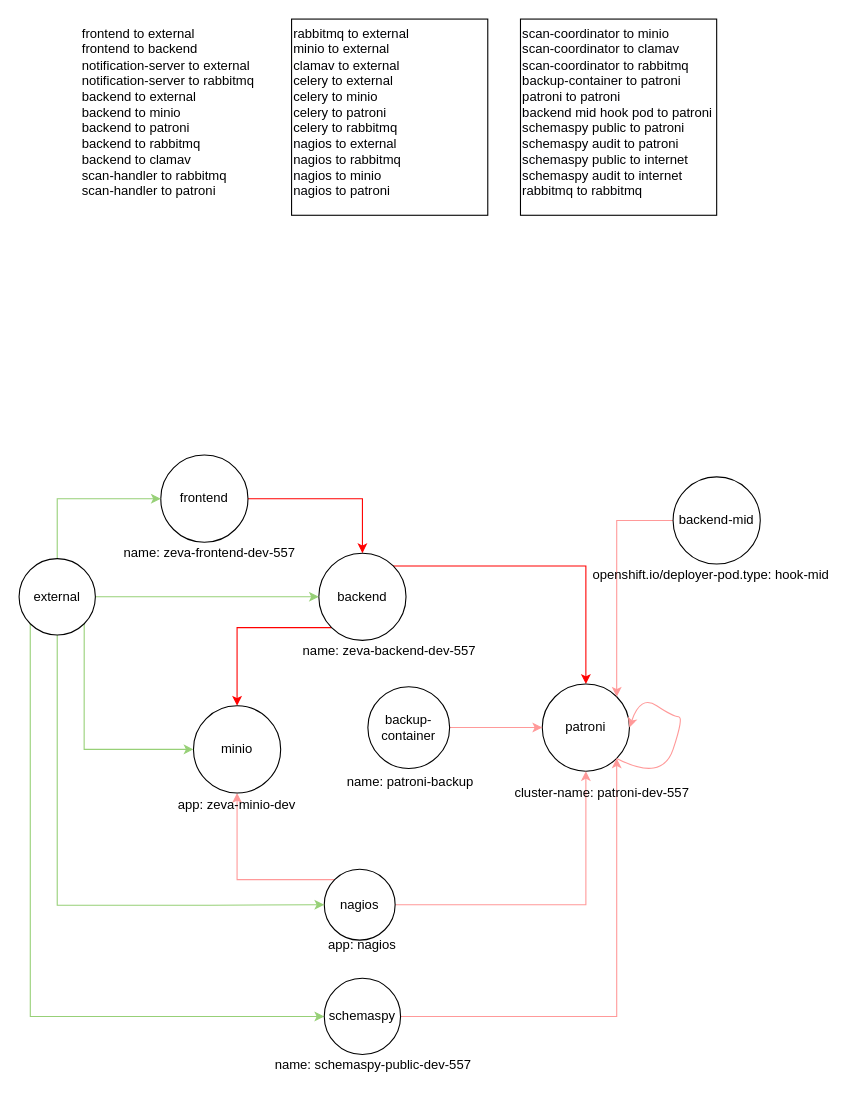
The draw.io diagram openshift/templates/knp/knp-diagram.drawio in bcgov/zeva, before the edit. Source tidied: cells renumbered, new cells numbered last; positions are measured from the earlier drawing's top-left corner, leaving out a move shared by most shapes. Both pictures are drawn from the tidied source at 109%, with x=0, y=0 at pixel (19, 19).
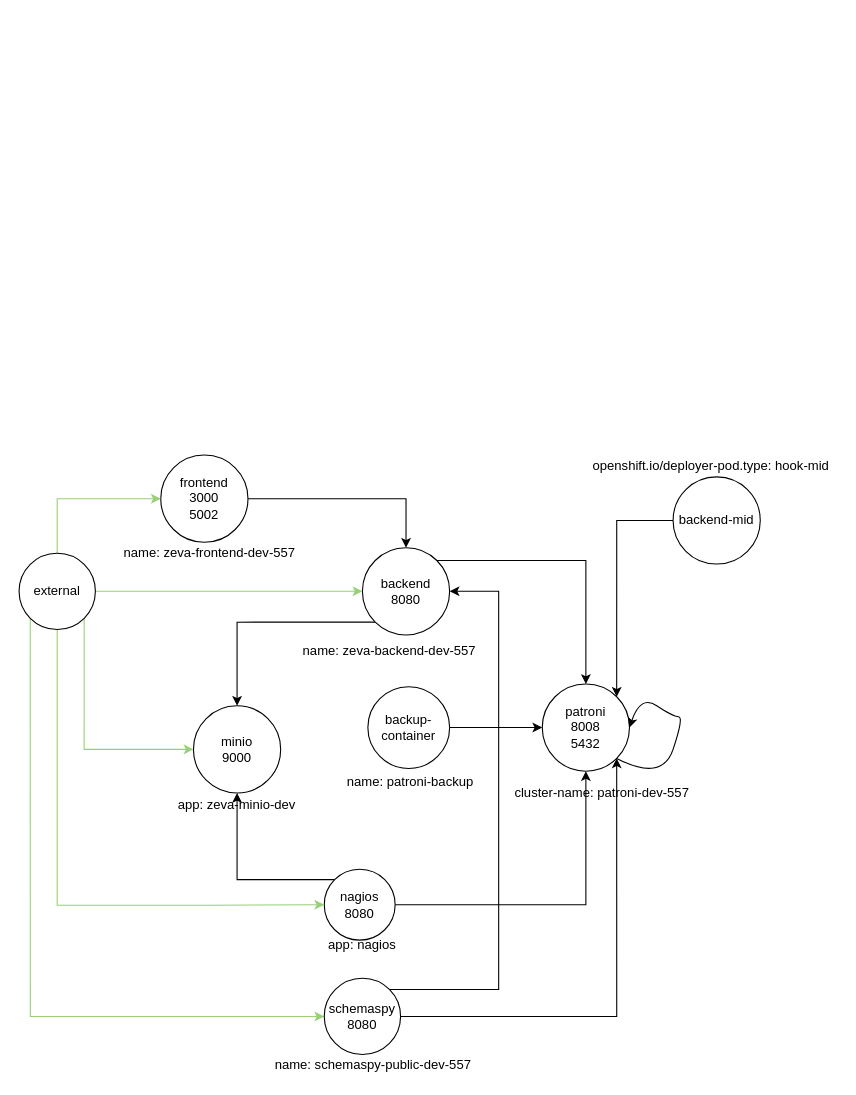
The same diagram, later.

Commit message (it also covers changes not shown here):
add knp for schemaspy waits for beckend

Unchanged cells that the change refers to:
```xml
<mxCell id="9" value="backup-container" style="ellipse;whiteSpace=wrap;html=1;" parent="1" vertex="1">
  <mxGeometry x="320" y="612.5" width="75" height="75" as="geometry" />
</mxCell>
<mxCell id="25" value="backend-mid" style="ellipse;whiteSpace=wrap;html=1;" parent="1" vertex="1">
  <mxGeometry x="600" y="420" width="80" height="80" as="geometry" />
</mxCell>
```

Change to the diagram source:
```diff
@@
-    <mxCell id="2" style="edgeStyle=orthogonalEdgeStyle;rounded=0;jettySize=auto;html=1;exitX=1;exitY=0.5;exitDx=0;exitDy=0;strokeColor=#FF0000;" parent="1" edge="1" source="3" target="6">
+    <mxCell id="2" style="edgeStyle=orthogonalEdgeStyle;rounded=0;jettySize=auto;html=1;exitX=1;exitY=0.5;exitDx=0;exitDy=0;strokeColor=#010103;" parent="1" edge="1" source="3" target="6">
       <mxGeometry relative="1" as="geometry" />
     </mxCell>
-    <mxCell id="3" value="frontend" style="ellipse;whiteSpace=wrap;html=1;" parent="1" vertex="1">
+    <mxCell id="3" value="frontend&lt;br&gt;3000&lt;br&gt;5002" style="ellipse;whiteSpace=wrap;html=1;" parent="1" vertex="1">
       <mxGeometry x="130" y="400" width="80" height="80" as="geometry" />
     </mxCell>
-    <mxCell id="4" style="edgeStyle=orthogonalEdgeStyle;rounded=0;jettySize=auto;html=1;exitX=0;exitY=1;exitDx=0;exitDy=0;strokeColor=#FF0000;" parent="1" edge="1" source="6" target="13">
+    <mxCell id="4" style="edgeStyle=orthogonalEdgeStyle;rounded=0;jettySize=auto;html=1;exitX=0;exitY=1;exitDx=0;exitDy=0;strokeColor=#010103;" parent="1" edge="1" source="6" target="13">
       <mxGeometry relative="1" as="geometry" />
     </mxCell>
-    <mxCell id="5" style="edgeStyle=orthogonalEdgeStyle;rounded=0;jettySize=auto;html=1;exitX=1;exitY=0;exitDx=0;exitDy=0;strokeColor=#FF0000;" parent="1" edge="1" source="6" target="7">
+    <mxCell id="5" style="edgeStyle=orthogonalEdgeStyle;rounded=0;jettySize=auto;html=1;exitX=1;exitY=0;exitDx=0;exitDy=0;strokeColor=#010103;" parent="1" edge="1" source="6" target="7">
       <mxGeometry relative="1" as="geometry" />
     </mxCell>
-    <mxCell id="6" value="backend" style="ellipse;whiteSpace=wrap;html=1;" parent="1" vertex="1">
-      <mxGeometry x="275" y="490" width="80" height="80" as="geometry" />
+    <mxCell id="6" value="backend&lt;br&gt;8080" style="ellipse;whiteSpace=wrap;html=1;" parent="1" vertex="1">
+      <mxGeometry x="315" y="485" width="80" height="80" as="geometry" />
     </mxCell>
-    <mxCell id="7" value="patroni" style="ellipse;whiteSpace=wrap;html=1;" parent="1" vertex="1">
+    <mxCell id="7" value="patroni&lt;br&gt;8008&lt;br&gt;5432" style="ellipse;whiteSpace=wrap;html=1;" parent="1" vertex="1">
       <mxGeometry x="480" y="610" width="80" height="80" as="geometry" />
     </mxCell>
-    <mxCell id="8" style="edgeStyle=orthogonalEdgeStyle;rounded=0;jettySize=auto;html=1;entryX=0;entryY=0.5;entryDx=0;entryDy=0;strokeColor=#FF9999;" parent="1" edge="1" source="9" target="7">
+    <mxCell id="8" style="edgeStyle=orthogonalEdgeStyle;rounded=0;jettySize=auto;html=1;entryX=0;entryY=0.5;entryDx=0;entryDy=0;strokeColor=#010103;" parent="1" edge="1" source="9" target="7">
       <mxGeometry relative="1" as="geometry" />
     </mxCell>
+    <mxCell id="36" style="edgeStyle=orthogonalEdgeStyle;rounded=0;jettySize=auto;html=1;exitX=1;exitY=0;exitDx=0;exitDy=0;entryX=1;entryY=0.5;entryDx=0;entryDy=0;" parent="1" edge="1" source="27" target="6">
+      <mxGeometry relative="1" as="geometry">
+        <Array as="points">
+          <mxPoint x="440" y="890" />
+          <mxPoint x="440" y="525" />
+        </Array>
+      </mxGeometry>
+    </mxCell>
@@
-    <mxCell id="10" style="edgeStyle=orthogonalEdgeStyle;rounded=0;jettySize=auto;html=1;entryX=0.5;entryY=1;entryDx=0;entryDy=0;exitX=0;exitY=0;exitDx=0;exitDy=0;strokeColor=#FF9999;" parent="1" edge="1" source="12" target="13">
+    <mxCell id="10" style="edgeStyle=orthogonalEdgeStyle;rounded=0;jettySize=auto;html=1;entryX=0.5;entryY=1;entryDx=0;entryDy=0;exitX=0;exitY=0;exitDx=0;exitDy=0;strokeColor=#010103;" parent="1" edge="1" source="12" target="13">
       <mxGeometry relative="1" as="geometry" />
     </mxCell>
-    <mxCell id="11" style="edgeStyle=orthogonalEdgeStyle;rounded=0;jettySize=auto;html=1;entryX=0.5;entryY=1;entryDx=0;entryDy=0;strokeColor=#FF9999;" parent="1" edge="1" source="12" target="7">
+    <mxCell id="11" style="edgeStyle=orthogonalEdgeStyle;rounded=0;jettySize=auto;html=1;entryX=0.5;entryY=1;entryDx=0;entryDy=0;strokeColor=#010103;" parent="1" edge="1" source="12" target="7">
       <mxGeometry relative="1" as="geometry" />
     </mxCell>
-    <mxCell id="12" value="nagios" style="ellipse;whiteSpace=wrap;html=1;" parent="1" vertex="1">
+    <mxCell id="12" value="nagios&lt;br&gt;8080" style="ellipse;whiteSpace=wrap;html=1;" parent="1" vertex="1">
       <mxGeometry x="280" y="780" width="65" height="65" as="geometry" />
     </mxCell>
-    <mxCell id="13" value="minio" style="ellipse;whiteSpace=wrap;html=1;" parent="1" vertex="1">
+    <mxCell id="13" value="minio&lt;br&gt;9000" style="ellipse;whiteSpace=wrap;html=1;" parent="1" vertex="1">
       <mxGeometry x="160" y="630" width="80" height="80" as="geometry" />
     </mxCell>
@@
     <mxCell id="19" value="external" style="ellipse;whiteSpace=wrap;html=1;" parent="1" vertex="1">
-      <mxGeometry y="495" width="70" height="70" as="geometry" />
+      <mxGeometry y="490" width="70" height="70" as="geometry" />
     </mxCell>
-    <mxCell id="20" value="frontend to external&lt;br&gt;frontend to backend&lt;br&gt;notification-server to external&lt;br&gt;notification-server to rabbitmq&lt;br&gt;backend to external&lt;br&gt;backend to minio&lt;br&gt;backend to patroni&lt;br&gt;backend to rabbitmq&lt;br&gt;backend to clamav&lt;br&gt;scan-handler to rabbitmq&lt;br&gt;scan-handler to patroni&lt;br&gt;" style="text;html=1;strokeColor=none;fillColor=none;align=left;verticalAlign=top;whiteSpace=wrap;rounded=0;" parent="1" vertex="1">
-      <mxGeometry x="56" width="184" height="170" as="geometry" />
-    </mxCell>
-    <mxCell id="21" value="rabbitmq to external&lt;br&gt;minio to external&lt;br&gt;clamav to external&lt;br&gt;celery to external&lt;br&gt;celery to minio&lt;br&gt;celery to patroni&lt;br&gt;celery to rabbitmq&lt;br&gt;nagios to external&lt;br&gt;nagios to rabbitmq&lt;br&gt;nagios to minio&lt;br&gt;nagios to patroni" style="whiteSpace=wrap;html=1;align=left;fontColor=#010103;verticalAlign=top;" parent="1" vertex="1">
-      <mxGeometry x="250" width="180" height="180" as="geometry" />
-    </mxCell>
-    <mxCell id="22" value="scan-coordinator to minio&lt;br&gt;scan-coordinator to clamav&lt;br&gt;scan-coordinator to rabbitmq&lt;br&gt;backup-container to patroni&lt;br&gt;patroni to patroni&lt;br&gt;backend mid hook pod to patroni&lt;br&gt;schemaspy public to patroni&lt;br&gt;schemaspy audit to patroni&lt;br&gt;schemaspy public to internet&lt;br&gt;schemaspy audit to internet&lt;br&gt;rabbitmq to rabbitmq" style="whiteSpace=wrap;html=1;fontColor=#010103;align=left;verticalAlign=top;" parent="1" vertex="1">
-      <mxGeometry x="460" width="180" height="180" as="geometry" />
-    </mxCell>
-    <mxCell id="23" style="curved=1;endArrow=classic;html=1;exitX=1;exitY=1;exitDx=0;exitDy=0;entryX=1;entryY=0.5;entryDx=0;entryDy=0;strokeColor=#FF9999;" parent="1" edge="1" source="7" target="7">
+    <mxCell id="23" style="curved=1;endArrow=classic;html=1;exitX=1;exitY=1;exitDx=0;exitDy=0;entryX=1;entryY=0.5;entryDx=0;entryDy=0;strokeColor=#010103;" parent="1" edge="1" source="7" target="7">
       <mxGeometry relative="1" as="geometry">
         <Array as="points">
           <mxPoint x="590" y="700" />
           <mxPoint x="610" y="640" />
           <mxPoint x="600" y="640" />
           <mxPoint x="570" y="620" />
         </Array>
       </mxGeometry>
     </mxCell>
-    <mxCell id="24" style="edgeStyle=orthogonalEdgeStyle;rounded=0;jettySize=auto;html=1;entryX=1;entryY=0;entryDx=0;entryDy=0;strokeColor=#FF9999;" parent="1" edge="1" source="25" target="7">
+    <mxCell id="24" style="edgeStyle=orthogonalEdgeStyle;rounded=0;jettySize=auto;html=1;entryX=1;entryY=0;entryDx=0;entryDy=0;strokeColor=#010103;" parent="1" edge="1" source="25" target="7">
       <mxGeometry relative="1" as="geometry" />
     </mxCell>
@@
-    <mxCell id="26" style="edgeStyle=orthogonalEdgeStyle;rounded=0;jettySize=auto;html=1;entryX=1;entryY=1;entryDx=0;entryDy=0;strokeColor=#FF9999;" parent="1" edge="1" source="27" target="7">
+    <mxCell id="26" style="edgeStyle=orthogonalEdgeStyle;rounded=0;jettySize=auto;html=1;entryX=1;entryY=1;entryDx=0;entryDy=0;strokeColor=#010103;" parent="1" edge="1" source="27" target="7">
       <mxGeometry relative="1" as="geometry" />
     </mxCell>
-    <mxCell id="27" value="schemaspy" style="ellipse;whiteSpace=wrap;html=1;" parent="1" vertex="1">
+    <mxCell id="27" value="schemaspy&lt;br&gt;8080" style="ellipse;whiteSpace=wrap;html=1;" parent="1" vertex="1">
       <mxGeometry x="280" y="880" width="70" height="70" as="geometry" />
     </mxCell>
@@
     <mxCell id="35" value="openshift.io/deployer-pod.type: hook-mid" style="text;html=1;strokeColor=none;fillColor=none;align=center;verticalAlign=middle;whiteSpace=wrap;rounded=0;" parent="1" vertex="1">
-      <mxGeometry x="520" y="500" width="230" height="20" as="geometry" />
+      <mxGeometry x="520" y="400" width="230" height="20" as="geometry" />
     </mxCell>
```
